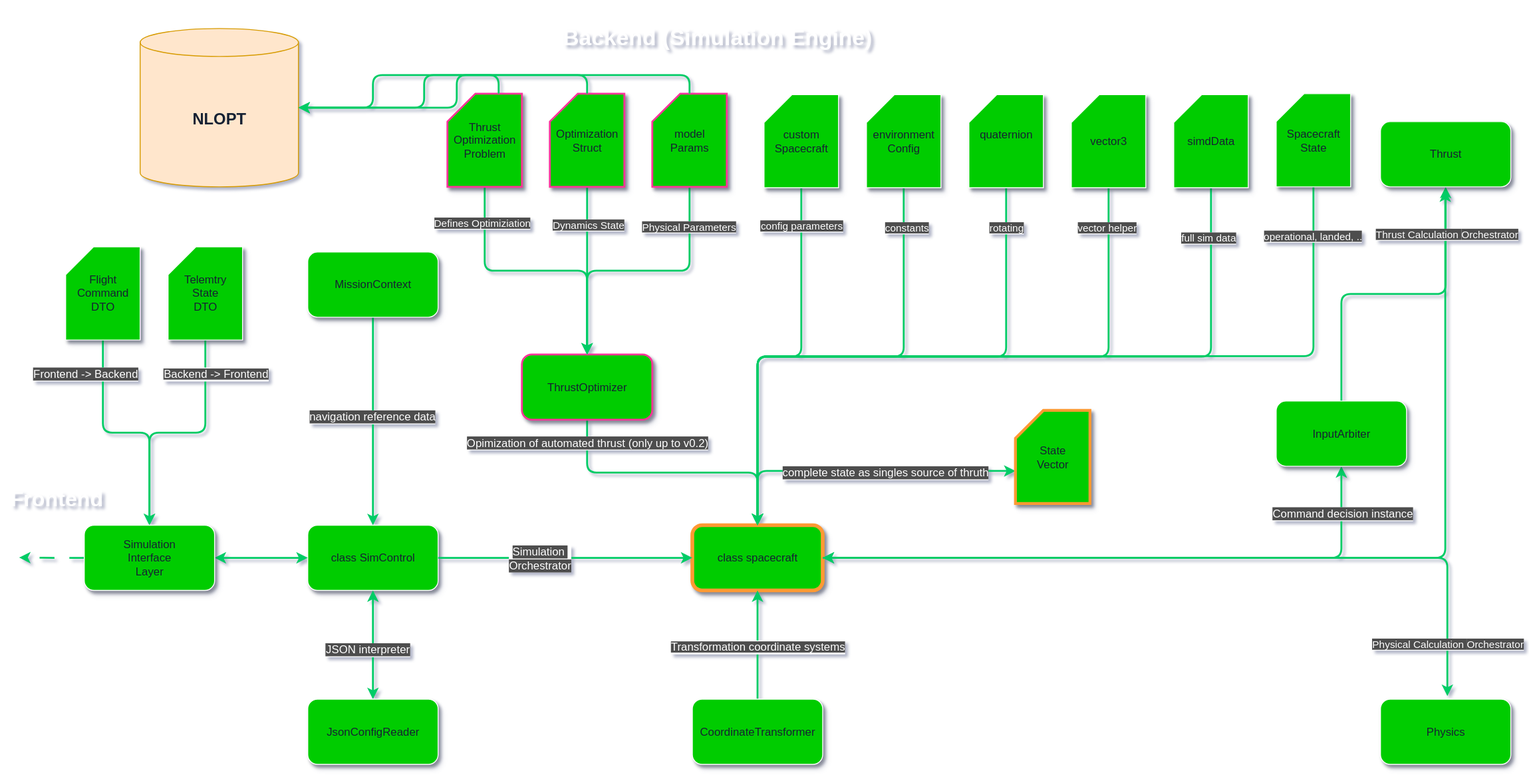
Earlier version of the draw.io export static/img/architecture/BackEnd.drawio.svg (gerd-lrt-dev/aerospace-simulation). Source tidied: cells renumbered, new cells last; positions are measured from the earlier drawing's top-left corner, leaving out a move shared by most shapes.
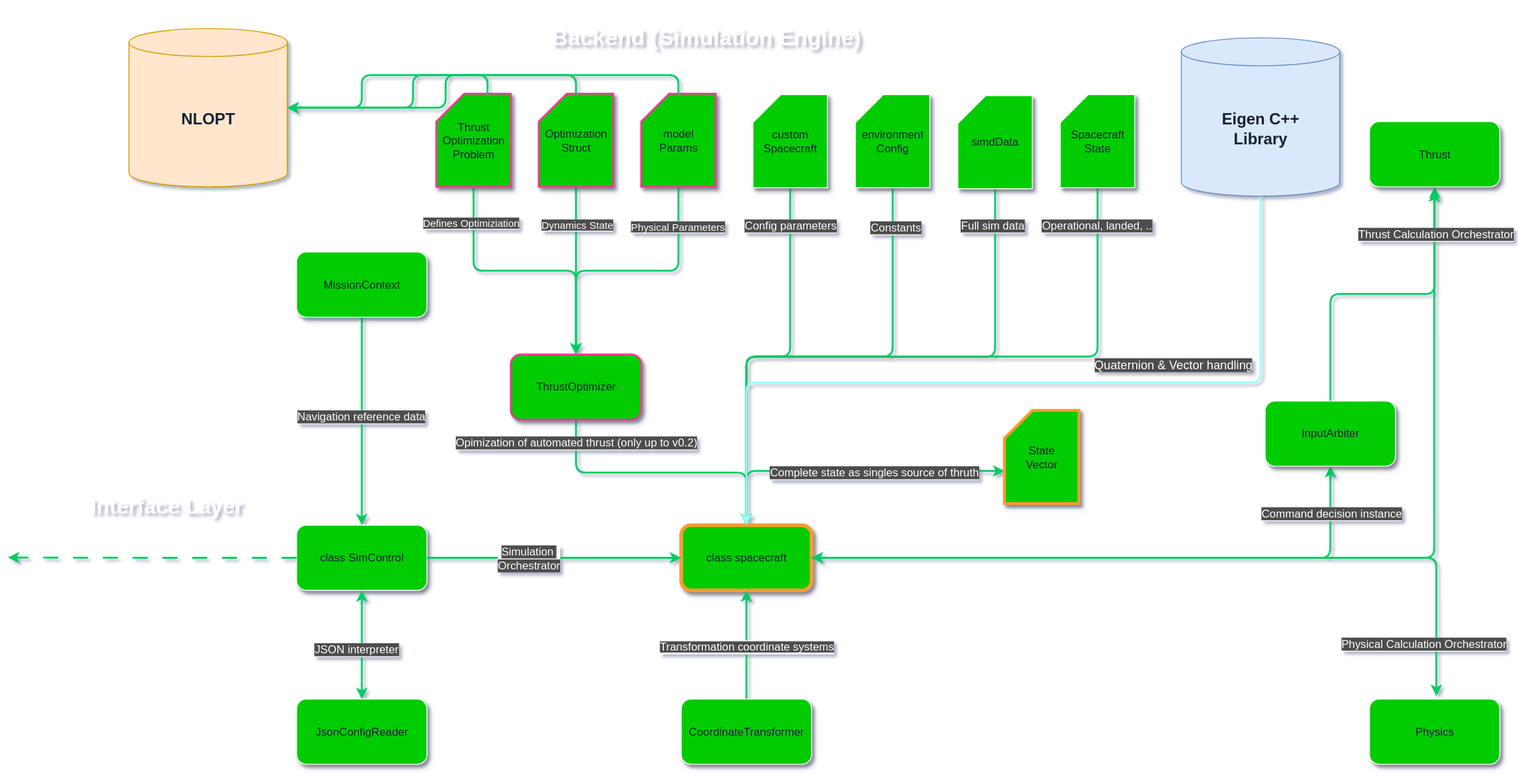
After the change.

The edit, as a diff of the source:
```diff
@@ -45,5 +45,5 @@
     </mxCell>
-    <mxCell id="15" value="&lt;font style=&quot;color: rgb(255, 255, 255); background-color: rgb(77, 77, 77);&quot;&gt;Physical Calculation&amp;nbsp;&lt;/font&gt;&lt;span style=&quot;background-color: rgb(77, 77, 77); color: rgb(255, 255, 255);&quot;&gt;Orchestrator&lt;/span&gt;" style="edgeLabel;html=1;align=center;verticalAlign=middle;" parent="13" vertex="1">
+    <mxCell id="15" value="&lt;font style=&quot;font-size: 12px;&quot;&gt;&lt;font style=&quot;color: rgb(255, 255, 255); background-color: rgb(77, 77, 77);&quot;&gt;Physical Calculation&amp;nbsp;&lt;/font&gt;&lt;span style=&quot;background-color: rgb(77, 77, 77); color: rgb(255, 255, 255);&quot;&gt;Orchestrator&lt;/span&gt;&lt;/font&gt;" style="edgeLabel;html=1;align=center;verticalAlign=middle;" parent="13" vertex="1">
       <mxGeometry x="0.66" relative="1" as="geometry">
-        <mxPoint y="82" as="offset" />
+        <mxPoint x="-14" y="82" as="offset" />
       </mxGeometry>
@@ -59,27 +59,5 @@
     </mxCell>
-    <mxCell id="19" value="&lt;font style=&quot;color: rgb(255, 255, 255); background-color: rgb(77, 77, 77);&quot;&gt;Thrust Calculation&amp;nbsp;&lt;/font&gt;&lt;span style=&quot;background-color: rgb(77, 77, 77); color: rgb(255, 255, 255);&quot;&gt;Orchestrator&lt;/span&gt;" style="edgeLabel;html=1;align=center;verticalAlign=middle;" parent="1" vertex="1">
+    <mxCell id="19" value="&lt;font style=&quot;font-size: 12px;&quot;&gt;&lt;font style=&quot;color: rgb(255, 255, 255); background-color: rgb(77, 77, 77);&quot;&gt;Thrust Calculation&amp;nbsp;&lt;/font&gt;&lt;span style=&quot;background-color: rgb(77, 77, 77); color: rgb(255, 255, 255);&quot;&gt;Orchestrator&lt;/span&gt;&lt;/font&gt;" style="edgeLabel;html=1;align=center;verticalAlign=middle;" parent="1" vertex="1">
       <mxGeometry x="1552" y="250" as="geometry" />
     </mxCell>
-    <mxCell id="20" style="edgeStyle=orthogonalEdgeStyle;rounded=1;jettySize=auto;html=1;exitX=0.5;exitY=1;exitDx=0;exitDy=0;exitPerimeter=0;entryX=0.5;entryY=0;entryDx=0;entryDy=0;strokeColor=#00CC66;strokeWidth=2;align=center;verticalAlign=middle;fontFamily=Helvetica;fontSize=11;fontColor=default;labelBackgroundColor=default;endArrow=classic;" parent="1" edge="1" source="22" target="29">
-      <mxGeometry relative="1" as="geometry" />
-    </mxCell>
-    <mxCell id="21" value="&lt;font style=&quot;color: rgb(255, 255, 255); background-color: rgb(77, 77, 77); font-size: 12px;&quot;&gt;Frontend -&amp;gt; Backend&lt;/font&gt;" style="edgeLabel;html=1;align=center;verticalAlign=middle;" parent="20" vertex="1">
-      <mxGeometry x="-0.63" y="-1" relative="1" as="geometry">
-        <mxPoint x="-19" y="-11" as="offset" />
-      </mxGeometry>
-    </mxCell>
-    <mxCell id="22" value="&lt;font color=&quot;#162133&quot;&gt;Flight&lt;/font&gt;&lt;div&gt;&lt;font color=&quot;#162133&quot;&gt;Command&lt;/font&gt;&lt;/div&gt;&lt;div&gt;&lt;font color=&quot;#162133&quot;&gt;DTO&lt;/font&gt;&lt;/div&gt;" style="shape=card;whiteSpace=wrap;html=1;strokeColor=#FFFFFF;fillColor=#00CC00;shadow=1;rounded=0;align=center;verticalAlign=middle;fontFamily=Helvetica;fontSize=12;fontColor=default;" parent="1" vertex="1">
-      <mxGeometry x="70" y="264.4" width="80" height="100" as="geometry" />
-    </mxCell>
-    <mxCell id="23" style="edgeStyle=orthogonalEdgeStyle;rounded=1;jettySize=auto;html=1;exitX=0.5;exitY=1;exitDx=0;exitDy=0;exitPerimeter=0;entryX=0.5;entryY=0;entryDx=0;entryDy=0;strokeColor=#00CC66;strokeWidth=2;align=center;verticalAlign=middle;fontFamily=Helvetica;fontSize=11;fontColor=default;labelBackgroundColor=default;endArrow=classic;" parent="1" edge="1" source="25" target="29">
-      <mxGeometry relative="1" as="geometry" />
-    </mxCell>
-    <mxCell id="24" value="&lt;span style=&quot;background-color: rgb(77, 77, 77);&quot;&gt;&lt;font style=&quot;color: rgb(255, 255, 255); font-size: 12px;&quot;&gt;Backend -&amp;gt; Frontend&lt;/font&gt;&lt;/span&gt;" style="edgeLabel;html=1;align=center;verticalAlign=middle;" parent="23" vertex="1">
-      <mxGeometry x="-0.63" y="1" relative="1" as="geometry">
-        <mxPoint x="9" y="-12" as="offset" />
-      </mxGeometry>
-    </mxCell>
-    <mxCell id="25" value="&lt;div&gt;&lt;span style=&quot;color: rgb(22, 33, 51); background-color: transparent;&quot;&gt;Telemtry&lt;/span&gt;&lt;/div&gt;&lt;div&gt;&lt;span style=&quot;color: rgb(22, 33, 51); background-color: transparent;&quot;&gt;State&lt;/span&gt;&lt;/div&gt;&lt;div&gt;&lt;font style=&quot;color: rgb(22, 33, 51);&quot;&gt;DTO&lt;/font&gt;&lt;/div&gt;" style="shape=card;whiteSpace=wrap;html=1;strokeColor=#FFFFFF;fillColor=#00CC00;shadow=1;rounded=0;align=center;verticalAlign=middle;fontFamily=Helvetica;fontSize=12;fontColor=default;" parent="1" vertex="1">
-      <mxGeometry x="180" y="264.4" width="80" height="100" as="geometry" />
-    </mxCell>
     <mxCell id="26" value="&lt;font style=&quot;color: rgb(255, 255, 255); background-color: rgb(77, 77, 77); font-size: 12px;&quot;&gt;JSON interpreter&lt;/font&gt;" style="edgeLabel;html=1;align=center;verticalAlign=middle;strokeColor=#FFFFFF;fontColor=#FFFFFF;fillColor=#182E3E;" parent="1" vertex="1">
@@ -89,6 +67,3 @@
     </mxCell>
-    <mxCell id="27" style="edgeStyle=orthogonalEdgeStyle;rounded=1;jettySize=auto;html=1;exitX=1;exitY=0.5;exitDx=0;exitDy=0;entryX=0;entryY=0.5;entryDx=0;entryDy=0;strokeColor=#00CC66;strokeWidth=2;align=center;verticalAlign=middle;fontFamily=Helvetica;fontSize=11;fontColor=default;labelBackgroundColor=default;endArrow=classic;startArrow=classic;startFill=1;" parent="1" edge="1" source="29" target="2">
-      <mxGeometry relative="1" as="geometry" />
-    </mxCell>
-    <mxCell id="28" style="edgeStyle=orthogonalEdgeStyle;rounded=1;jettySize=auto;html=1;exitX=0;exitY=0.5;exitDx=0;exitDy=0;strokeColor=#00CC66;strokeWidth=2;align=center;verticalAlign=middle;fontFamily=Helvetica;fontSize=11;fontColor=default;labelBackgroundColor=default;endArrow=classic;dashed=1;dashPattern=8 8;" parent="1" edge="1" source="29">
+    <mxCell id="28" style="edgeStyle=orthogonalEdgeStyle;rounded=1;jettySize=auto;html=1;exitX=0;exitY=0.5;exitDx=0;exitDy=0;strokeColor=#00CC66;strokeWidth=2;align=center;verticalAlign=middle;fontFamily=Helvetica;fontSize=11;fontColor=default;labelBackgroundColor=default;endArrow=classic;dashed=1;dashPattern=8 8;" parent="1" edge="1" source="2">
       <mxGeometry relative="1" as="geometry">
@@ -97,5 +72,2 @@
     </mxCell>
-    <mxCell id="29" value="&lt;font style=&quot;color: rgb(22, 33, 51);&quot;&gt;Simulation&lt;/font&gt;&lt;div&gt;&lt;font style=&quot;color: rgb(22, 33, 51);&quot;&gt;Interface&lt;/font&gt;&lt;/div&gt;&lt;div&gt;&lt;font style=&quot;color: rgb(22, 33, 51);&quot;&gt;Layer&lt;/font&gt;&lt;/div&gt;" style="rounded=1;whiteSpace=wrap;html=1;strokeColor=#FFFFFF;fillColor=#00CC00;shadow=1;align=center;verticalAlign=middle;fontFamily=Helvetica;fontSize=12;fontColor=default;" parent="1" vertex="1">
-      <mxGeometry x="90" y="563.3" width="140" height="70" as="geometry" />
-    </mxCell>
     <mxCell id="30" style="edgeStyle=orthogonalEdgeStyle;rounded=1;jettySize=auto;html=1;exitX=0.5;exitY=0;exitDx=0;exitDy=0;entryX=0.5;entryY=1;entryDx=0;entryDy=0;strokeColor=#00CC66;strokeWidth=2;align=center;verticalAlign=middle;fontFamily=Helvetica;fontSize=11;fontColor=default;labelBackgroundColor=default;endArrow=classic;fillColor=#e51400;" parent="1" edge="1" source="32" target="7">
@@ -115,3 +87,3 @@
     </mxCell>
-    <mxCell id="35" value="&lt;span style=&quot;background-color: rgb(77, 77, 77);&quot;&gt;&lt;font style=&quot;color: rgb(255, 255, 255);&quot;&gt;navigation reference data&lt;/font&gt;&lt;/span&gt;" style="edgeLabel;html=1;align=center;verticalAlign=middle;fontSize=12;" parent="34" vertex="1">
+    <mxCell id="35" value="&lt;span style=&quot;background-color: rgb(77, 77, 77);&quot;&gt;&lt;font style=&quot;color: rgb(255, 255, 255);&quot;&gt;Navigation reference data&lt;/font&gt;&lt;/span&gt;" style="edgeLabel;html=1;align=center;verticalAlign=middle;fontSize=12;" parent="34" vertex="1">
       <mxGeometry x="-0.05" y="-2" relative="1" as="geometry" />
@@ -162,3 +134,3 @@
     </mxCell>
-    <mxCell id="50" value="&lt;font style=&quot;color: rgb(255, 255, 255); background-color: rgb(77, 77, 77);&quot;&gt;config parameters&lt;/font&gt;" style="edgeLabel;html=1;align=center;verticalAlign=middle;" parent="49" vertex="1">
+    <mxCell id="50" value="&lt;font style=&quot;color: rgb(255, 255, 255); background-color: rgb(77, 77, 77); font-size: 12px;&quot;&gt;Config parameters&lt;/font&gt;" style="edgeLabel;html=1;align=center;verticalAlign=middle;" parent="49" vertex="1">
       <mxGeometry x="-0.8" y="-1" relative="1" as="geometry" />
@@ -171,3 +143,3 @@
     </mxCell>
-    <mxCell id="53" value="&lt;font style=&quot;color: rgb(255, 255, 255); background-color: rgb(77, 77, 77);&quot;&gt;constants&lt;/font&gt;" style="edgeLabel;html=1;align=center;verticalAlign=middle;" parent="52" vertex="1">
+    <mxCell id="53" value="&lt;font style=&quot;color: rgb(255, 255, 255); background-color: rgb(77, 77, 77); font-size: 12px;&quot;&gt;Constants&lt;/font&gt;" style="edgeLabel;html=1;align=center;verticalAlign=middle;" parent="52" vertex="1">
       <mxGeometry x="-0.84" y="2" relative="1" as="geometry" />
@@ -177,11 +149,2 @@
     </mxCell>
-    <mxCell id="55" style="edgeStyle=orthogonalEdgeStyle;rounded=1;jettySize=auto;html=1;exitX=0.5;exitY=1;exitDx=0;exitDy=0;exitPerimeter=0;entryX=0.5;entryY=0;entryDx=0;entryDy=0;strokeColor=#00CC66;strokeWidth=2;align=center;verticalAlign=middle;fontFamily=Helvetica;fontSize=11;fontColor=default;labelBackgroundColor=default;endArrow=classic;" parent="1" edge="1" source="57" target="7">
-      <mxGeometry relative="1" as="geometry" />
-    </mxCell>
-    <mxCell id="56" value="&lt;font style=&quot;color: rgb(255, 255, 255); background-color: rgb(77, 77, 77);&quot;&gt;rotating&lt;/font&gt;" style="edgeLabel;html=1;align=center;verticalAlign=middle;" parent="55" vertex="1">
-      <mxGeometry x="-0.87" y="-1" relative="1" as="geometry" />
-    </mxCell>
-    <mxCell id="57" value="&lt;div&gt;&lt;font color=&quot;#162133&quot;&gt;quaternion&lt;/font&gt;&lt;/div&gt;&lt;div&gt;&lt;br&gt;&lt;/div&gt;" style="shape=card;whiteSpace=wrap;html=1;strokeColor=#FFFFFF;fillColor=#00CC00;shadow=1;rounded=0;align=center;verticalAlign=middle;fontFamily=Helvetica;fontSize=12;fontColor=default;" parent="1" vertex="1">
-      <mxGeometry x="1040" y="101" width="80" height="100" as="geometry" />
-    </mxCell>
     <mxCell id="58" style="edgeStyle=orthogonalEdgeStyle;rounded=1;jettySize=auto;html=1;exitX=0.5;exitY=1;exitDx=0;exitDy=0;exitPerimeter=0;entryX=0.5;entryY=0;entryDx=0;entryDy=0;strokeColor=#00CC66;strokeWidth=2;align=center;verticalAlign=middle;fontFamily=Helvetica;fontSize=11;fontColor=default;labelBackgroundColor=default;endArrow=classic;" parent="1" edge="1" source="60" target="7">
@@ -189,3 +152,3 @@
     </mxCell>
-    <mxCell id="59" value="&lt;font style=&quot;color: rgb(255, 255, 255); background-color: rgb(77, 77, 77);&quot;&gt;full sim data&lt;/font&gt;" style="edgeLabel;html=1;align=center;verticalAlign=middle;" parent="58" vertex="1">
+    <mxCell id="59" value="&lt;font style=&quot;color: rgb(255, 255, 255); background-color: rgb(77, 77, 77); font-size: 12px;&quot;&gt;Full sim data&lt;/font&gt;" style="edgeLabel;html=1;align=center;verticalAlign=middle;" parent="58" vertex="1">
       <mxGeometry x="-0.88" y="-4" relative="1" as="geometry" />
@@ -193,3 +156,3 @@
     <mxCell id="60" value="&lt;div&gt;&lt;font color=&quot;#162133&quot;&gt;simdData&lt;/font&gt;&lt;/div&gt;" style="shape=card;whiteSpace=wrap;html=1;strokeColor=#FFFFFF;fillColor=#00CC00;shadow=1;rounded=0;align=center;verticalAlign=middle;fontFamily=Helvetica;fontSize=12;fontColor=default;" parent="1" vertex="1">
-      <mxGeometry x="1260" y="101" width="80" height="100" as="geometry" />
+      <mxGeometry x="1040" y="102" width="80" height="100" as="geometry" />
     </mxCell>
@@ -198,3 +161,3 @@
     </mxCell>
-    <mxCell id="62" value="&lt;font style=&quot;color: rgb(255, 255, 255); background-color: rgb(77, 77, 77);&quot;&gt;operational, landed, ..&lt;/font&gt;" style="edgeLabel;html=1;align=center;verticalAlign=middle;" parent="61" vertex="1">
+    <mxCell id="62" value="&lt;font style=&quot;color: rgb(255, 255, 255); background-color: rgb(77, 77, 77); font-size: 12px;&quot;&gt;Operational, landed, ..&lt;/font&gt;" style="edgeLabel;html=1;align=center;verticalAlign=middle;" parent="61" vertex="1">
       <mxGeometry x="-0.89" y="-2" relative="1" as="geometry" />
@@ -202,3 +165,3 @@
     <mxCell id="63" value="&lt;div&gt;&lt;font color=&quot;#162133&quot;&gt;Spacecraft&lt;/font&gt;&lt;/div&gt;&lt;div&gt;&lt;font color=&quot;#162133&quot;&gt;State&lt;/font&gt;&lt;/div&gt;" style="shape=card;whiteSpace=wrap;html=1;strokeColor=#FFFFFF;fillColor=#00CC00;shadow=1;rounded=0;align=center;verticalAlign=middle;fontFamily=Helvetica;fontSize=12;fontColor=default;" parent="1" vertex="1">
-      <mxGeometry x="1370" y="100" width="80" height="100" as="geometry" />
+      <mxGeometry x="1150" y="101" width="80" height="100" as="geometry" />
     </mxCell>
@@ -207,3 +170,3 @@
     </mxCell>
-    <mxCell id="65" value="&lt;font style=&quot;color: rgb(255, 255, 255); background-color: rgb(77, 77, 77); font-size: 12px;&quot;&gt;complete state as singles source of thruth&lt;/font&gt;" style="edgeLabel;html=1;align=center;verticalAlign=middle;" parent="64" vertex="1">
+    <mxCell id="65" value="&lt;font style=&quot;color: rgb(255, 255, 255); background-color: rgb(77, 77, 77); font-size: 12px;&quot;&gt;Complete state as singles source of thruth&lt;/font&gt;" style="edgeLabel;html=1;align=center;verticalAlign=middle;" parent="64" vertex="1">
       <mxGeometry x="-0.16" y="1" relative="1" as="geometry" />
@@ -213,13 +176,4 @@
     </mxCell>
-    <mxCell id="67" style="edgeStyle=orthogonalEdgeStyle;rounded=1;jettySize=auto;html=1;exitX=0.5;exitY=1;exitDx=0;exitDy=0;exitPerimeter=0;entryX=0.5;entryY=0;entryDx=0;entryDy=0;strokeColor=#00CC66;strokeWidth=2;align=center;verticalAlign=middle;fontFamily=Helvetica;fontSize=11;fontColor=default;labelBackgroundColor=default;endArrow=classic;" parent="1" edge="1" source="69" target="7">
-      <mxGeometry relative="1" as="geometry" />
-    </mxCell>
-    <mxCell id="68" value="&lt;font style=&quot;color: rgb(255, 255, 255); background-color: rgb(77, 77, 77);&quot;&gt;vector helper&lt;/font&gt;" style="edgeLabel;html=1;align=center;verticalAlign=middle;" parent="67" vertex="1">
-      <mxGeometry x="-0.89" y="-3" relative="1" as="geometry" />
-    </mxCell>
-    <mxCell id="69" value="&lt;div&gt;&lt;font color=&quot;#162133&quot;&gt;vector3&lt;/font&gt;&lt;/div&gt;" style="shape=card;whiteSpace=wrap;html=1;strokeColor=#FFFFFF;fillColor=#00CC00;shadow=1;rounded=0;align=center;verticalAlign=middle;fontFamily=Helvetica;fontSize=12;fontColor=default;" parent="1" vertex="1">
-      <mxGeometry x="1150" y="101" width="80" height="100" as="geometry" />
-    </mxCell>
-    <mxCell id="70" value="&lt;font style=&quot;color: rgb(255, 255, 255); font-size: 23px;&quot;&gt;&lt;b style=&quot;&quot;&gt;Frontend&lt;/b&gt;&lt;/font&gt;" style="text;html=1;align=center;verticalAlign=middle;strokeColor=none;fillColor=none;" parent="1" vertex="1">
-      <mxGeometry y="515" width="120" height="40" as="geometry" />
+    <mxCell id="70" value="&lt;font style=&quot;color: rgb(255, 255, 255); font-size: 23px;&quot;&gt;&lt;b style=&quot;&quot;&gt;Interface Layer&lt;/b&gt;&lt;/font&gt;" style="text;html=1;align=center;verticalAlign=middle;strokeColor=none;fillColor=none;" parent="1" vertex="1">
+      <mxGeometry x="95" y="523.3" width="190" height="40" as="geometry" />
     </mxCell>
@@ -243,2 +197,18 @@
     </mxCell>
+    <mxCell id="75" style="edgeStyle=orthogonalEdgeStyle;rounded=1;jettySize=auto;html=1;exitX=0.5;exitY=1;exitDx=0;exitDy=0;exitPerimeter=0;entryX=0.5;entryY=0;entryDx=0;entryDy=0;strokeColor=#99FFFF;strokeWidth=2;align=center;verticalAlign=middle;fontFamily=Helvetica;fontSize=11;fontColor=default;labelBackgroundColor=default;endArrow=classic;" parent="1" edge="1" source="77" target="7">
+      <mxGeometry relative="1" as="geometry">
+        <Array as="points">
+          <mxPoint x="1365" y="410" />
+          <mxPoint x="813" y="410" />
+        </Array>
+      </mxGeometry>
+    </mxCell>
+    <mxCell id="76" value="&lt;font style=&quot;color: rgb(255, 255, 255); font-size: 13px; background-color: rgb(77, 77, 77);&quot;&gt;Quaternion &amp;amp; Vector handling&lt;/font&gt;" style="edgeLabel;html=1;align=center;verticalAlign=middle;fontFamily=Helvetica;fontSize=11;fontColor=default;labelBackgroundColor=default;fillColor=none;gradientColor=none;" parent="75" vertex="1">
+      <mxGeometry x="0.15" y="2" relative="1" as="geometry">
+        <mxPoint x="227" y="-22" as="offset" />
+      </mxGeometry>
+    </mxCell>
+    <mxCell id="77" value="&lt;font style=&quot;font-size: 17px; color: rgb(22, 33, 51);&quot;&gt;&lt;b&gt;Eigen C++&lt;/b&gt;&lt;/font&gt;&lt;div&gt;&lt;font style=&quot;font-size: 17px; color: rgb(22, 33, 51);&quot;&gt;&lt;b&gt;Library&lt;/b&gt;&lt;/font&gt;&lt;/div&gt;" style="shape=cylinder3;whiteSpace=wrap;html=1;boundedLbl=1;backgroundOutline=1;size=15;fillColor=#dae8fc;strokeColor=#6c8ebf;" parent="1" vertex="1">
+      <mxGeometry x="1280" y="40" width="170" height="170" as="geometry" />
+    </mxCell>
   </root>
```
